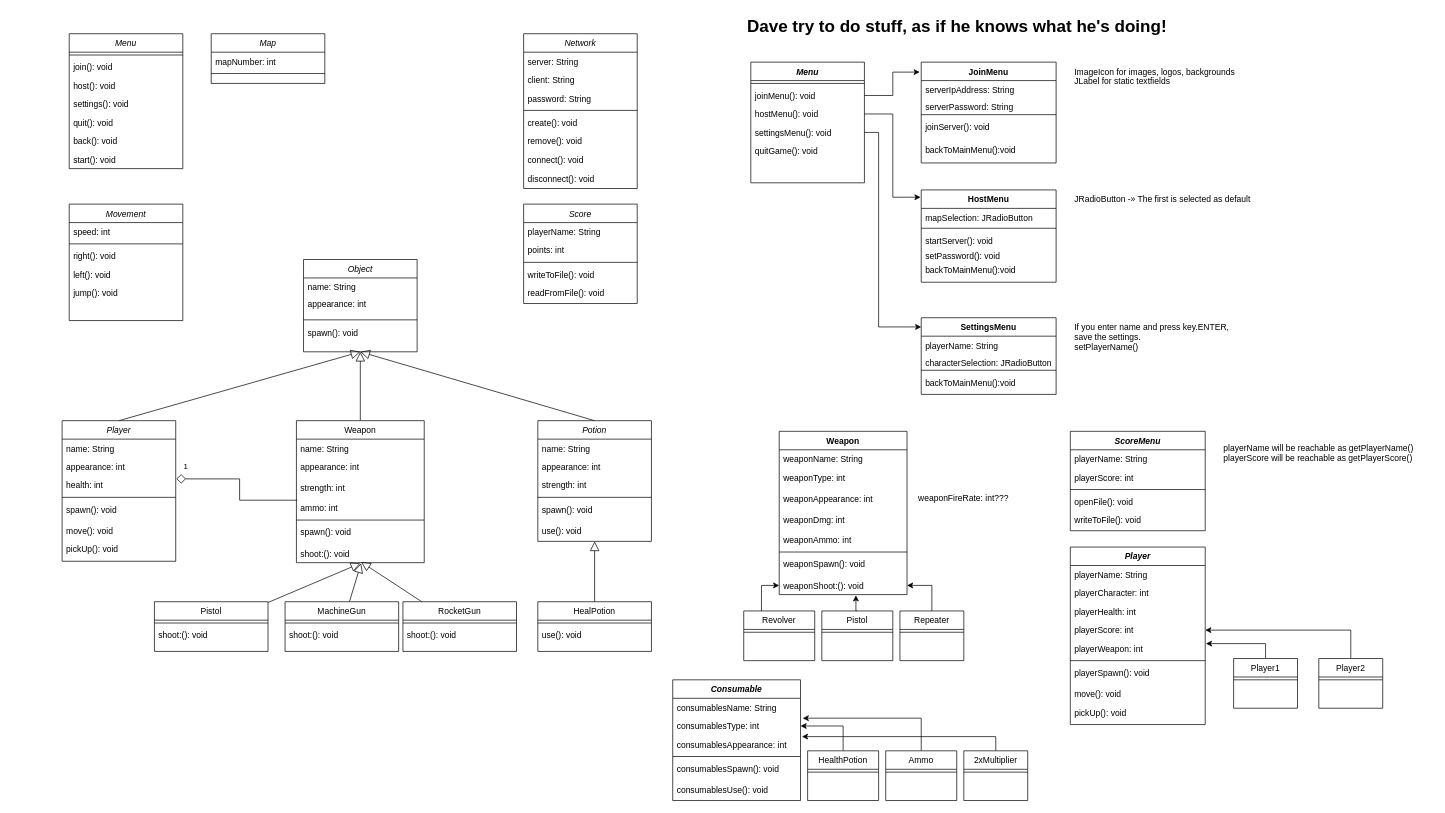
Before: class.drawio in Zaion-BM/Dueling-Fates, a draw.io diagram. Source tidied: cells renumbered, new cells numbered last; positions are measured from the earlier drawing's top-left corner, leaving out a move shared by most shapes. Both pictures are drawn from the tidied source at 71%, with x=0, y=0 at pixel (62, 12).
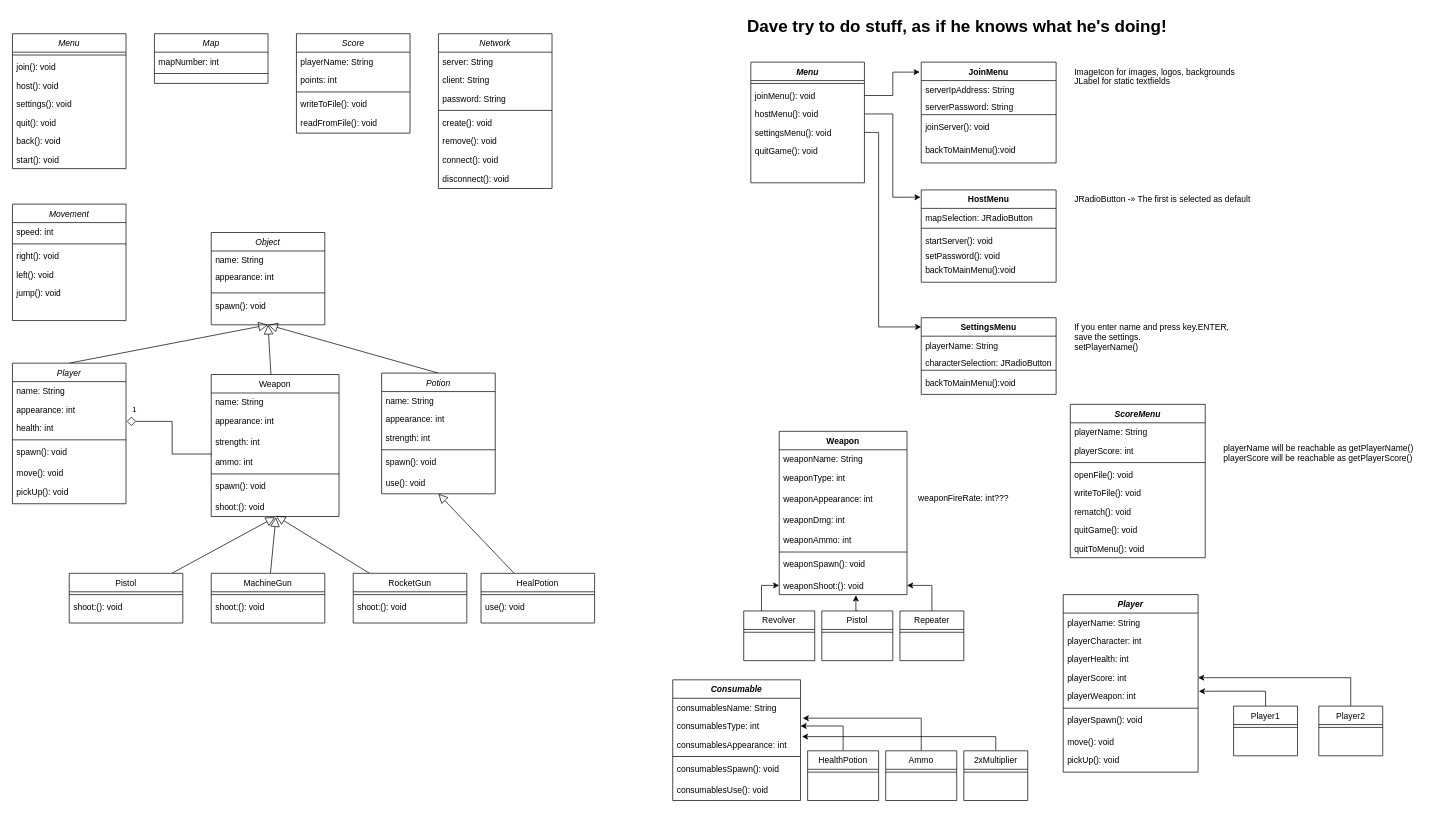
After the change.

Commit message:
ClassDiagram In Progress V2

Diff of the diagram source:
```diff
@@
     <mxCell id="2" value="Map" style="swimlane;fontStyle=2;align=center;verticalAlign=top;horizontal=1;startSize=26;rounded=0;shadow=0;strokeWidth=1;" parent="1" vertex="1">
-      <mxGeometry x="210" y="30" width="160" height="70" as="geometry" />
+      <mxGeometry x="130" y="30" width="160" height="70" as="geometry" />
     </mxCell>
@@
     <mxCell id="5" value="Network" style="swimlane;fontStyle=2;align=center;verticalAlign=top;horizontal=1;startSize=26;rounded=0;shadow=0;strokeWidth=1;" parent="1" vertex="1">
-      <mxGeometry x="650" y="30" width="160" height="218" as="geometry" />
+      <mxGeometry x="530" y="30" width="160" height="218" as="geometry" />
     </mxCell>
@@
     <mxCell id="14" value="Object" style="swimlane;fontStyle=2;align=center;verticalAlign=top;horizontal=1;startSize=26;rounded=0;shadow=0;strokeWidth=1;" parent="1" vertex="1">
-      <mxGeometry x="340" y="348" width="160" height="130" as="geometry" />
+      <mxGeometry x="210" y="310" width="160" height="130" as="geometry" />
     </mxCell>
@@
     <mxCell id="20" value="Player" style="swimlane;fontStyle=2;align=center;verticalAlign=top;horizontal=1;startSize=26;rounded=0;shadow=0;strokeWidth=1;" parent="1" vertex="1">
-      <mxGeometry y="575" width="160" height="198" as="geometry" />
+      <mxGeometry x="-70" y="494" width="160" height="198" as="geometry" />
     </mxCell>
@@
     <mxCell id="29" value="Weapon" style="swimlane;fontStyle=0;align=center;verticalAlign=top;horizontal=1;startSize=26;rounded=0;shadow=0;strokeWidth=1;" parent="1" vertex="1">
-      <mxGeometry x="330" y="575" width="180" height="200" as="geometry" />
+      <mxGeometry x="210" y="510" width="180" height="200" as="geometry" />
     </mxCell>
@@
     <mxCell id="38" value="MachineGun" style="swimlane;fontStyle=0;align=center;verticalAlign=top;horizontal=1;startSize=26;rounded=0;shadow=0;strokeWidth=1;" parent="1" vertex="1">
-      <mxGeometry x="314" y="830" width="160" height="70" as="geometry" />
+      <mxGeometry x="210" y="790" width="160" height="70" as="geometry" />
     </mxCell>
@@
     <mxCell id="43" value="RocketGun" style="swimlane;fontStyle=0;align=center;verticalAlign=top;horizontal=1;startSize=26;rounded=0;shadow=0;strokeWidth=1;" parent="1" vertex="1">
-      <mxGeometry x="480" y="830" width="160" height="70" as="geometry" />
+      <mxGeometry x="410" y="790" width="160" height="70" as="geometry" />
     </mxCell>
@@
     <mxCell id="47" value="Pistol" style="swimlane;fontStyle=0;align=center;verticalAlign=top;horizontal=1;startSize=26;rounded=0;shadow=0;strokeWidth=1;" parent="1" vertex="1">
-      <mxGeometry x="130" y="830" width="160" height="70" as="geometry" />
+      <mxGeometry x="10" y="790" width="160" height="70" as="geometry" />
     </mxCell>
@@
     <mxCell id="51" value="Potion" style="swimlane;fontStyle=2;align=center;verticalAlign=top;horizontal=1;startSize=26;rounded=0;shadow=0;strokeWidth=1;" parent="1" vertex="1">
-      <mxGeometry x="670" y="575" width="160" height="170" as="geometry" />
+      <mxGeometry x="450" y="508" width="160" height="170" as="geometry" />
     </mxCell>
@@
     <mxCell id="59" value="HealPotion" style="swimlane;fontStyle=0;align=center;verticalAlign=top;horizontal=1;startSize=26;rounded=0;shadow=0;strokeWidth=1;" parent="1" vertex="1">
-      <mxGeometry x="670" y="830" width="160" height="70" as="geometry" />
+      <mxGeometry x="590" y="790" width="160" height="70" as="geometry" />
     </mxCell>
@@
     <mxCell id="62" value="Menu" style="swimlane;fontStyle=2;align=center;verticalAlign=top;horizontal=1;startSize=26;rounded=0;shadow=0;strokeWidth=1;" parent="1" vertex="1">
-      <mxGeometry x="10" y="30" width="160" height="190" as="geometry" />
+      <mxGeometry x="-70" y="30" width="160" height="190" as="geometry" />
     </mxCell>
@@
     <mxCell id="70" value="Movement" style="swimlane;fontStyle=2;align=center;verticalAlign=top;horizontal=1;startSize=26;rounded=0;shadow=0;strokeWidth=1;" parent="1" vertex="1">
-      <mxGeometry x="10" y="270" width="160" height="164" as="geometry" />
+      <mxGeometry x="-70" y="270" width="160" height="164" as="geometry" />
     </mxCell>
@@
     <mxCell id="76" value="Score" style="swimlane;fontStyle=2;align=center;verticalAlign=top;horizontal=1;startSize=26;rounded=0;shadow=0;strokeWidth=1;" parent="1" vertex="1">
-      <mxGeometry x="650" y="270" width="160" height="140" as="geometry" />
+      <mxGeometry x="330" y="30" width="160" height="140" as="geometry" />
     </mxCell>
@@
     <mxCell id="112" value="ScoreMenu" style="swimlane;fontStyle=3;align=center;verticalAlign=top;horizontal=1;startSize=26;rounded=0;shadow=0;strokeWidth=1;" parent="1" vertex="1">
-      <mxGeometry x="1420" y="590" width="190" height="140" as="geometry" />
+      <mxGeometry x="1420" y="552" width="190" height="216" as="geometry" />
     </mxCell>
@@
+    <mxCell id="170" value="rematch(): void" style="text;align=left;verticalAlign=top;spacingLeft=4;spacingRight=4;overflow=hidden;rounded=0;shadow=0;html=0;" parent="112" vertex="1">
+      <mxGeometry y="138" width="190" height="26" as="geometry" />
+    </mxCell>
+    <mxCell id="171" value="quitGame(): void&#10;" style="text;align=left;verticalAlign=top;spacingLeft=4;spacingRight=4;overflow=hidden;rounded=0;shadow=0;html=0;" parent="112" vertex="1">
+      <mxGeometry y="164" width="190" height="26" as="geometry" />
+    </mxCell>
+    <mxCell id="172" value="quitToMenu(): void" style="text;align=left;verticalAlign=top;spacingLeft=4;spacingRight=4;overflow=hidden;rounded=0;shadow=0;html=0;" parent="112" vertex="1">
+      <mxGeometry y="190" width="190" height="26" as="geometry" />
+    </mxCell>
@@
     <mxCell id="119" value="Player" style="swimlane;fontStyle=3;align=center;verticalAlign=top;horizontal=1;startSize=26;rounded=0;shadow=0;strokeWidth=1;" parent="1" vertex="1">
-      <mxGeometry x="1420" y="753" width="190" height="250" as="geometry" />
+      <mxGeometry x="1410" y="820" width="190" height="250" as="geometry" />
     </mxCell>
@@
     <mxCell id="165" value="Player1" style="swimlane;fontStyle=0;align=center;verticalAlign=top;horizontal=1;startSize=26;rounded=0;shadow=0;strokeWidth=1;" parent="1" vertex="1">
-      <mxGeometry x="1650" y="910" width="90" height="70" as="geometry" />
+      <mxGeometry x="1650" y="977" width="90" height="70" as="geometry" />
     </mxCell>
@@
     <mxCell id="168" value="Player2" style="swimlane;fontStyle=0;align=center;verticalAlign=top;horizontal=1;startSize=26;rounded=0;shadow=0;strokeWidth=1;" parent="1" vertex="1">
-      <mxGeometry x="1770" y="910" width="90" height="70" as="geometry" />
+      <mxGeometry x="1770" y="977" width="90" height="70" as="geometry" />
     </mxCell>
```
